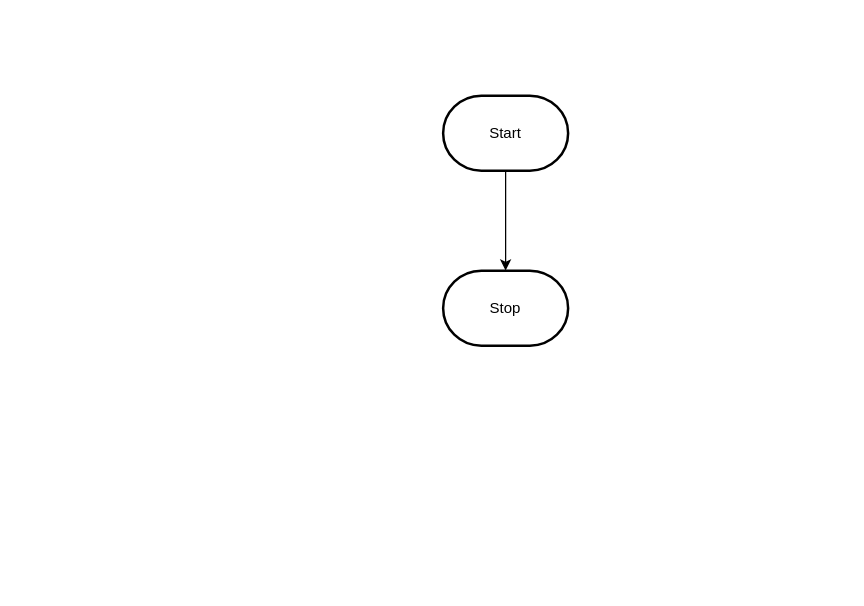
This is design/flowchart.drawio from MTHS-TEJ2O-1-2023/TEJ2O-Unit-2-07-Cedric-dehghan-nejad, a draw.io file, before an edit. Source tidied: cells renumbered, new cells numbered last; positions are measured from the earlier drawing's top-left corner, leaving out a move shared by most shapes. Both pictures are drawn from the tidied source at 125%, with x=0, y=0 at pixel (442, 95).
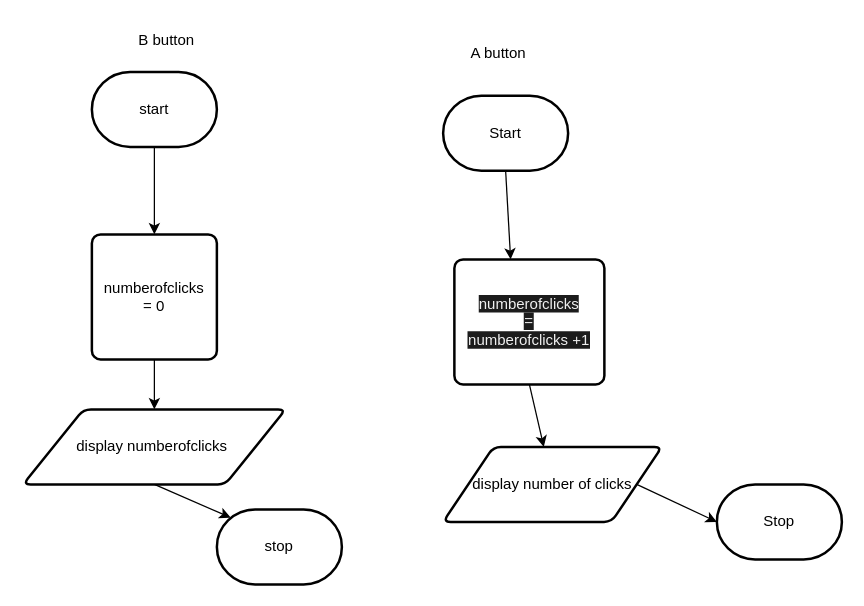
The same page after the edit.

Change to the diagram source:
```diff
@@
 <mxGraphModel>
   <root>
     <mxCell id="0" />
     <mxCell id="1" parent="0" />
-    <mxCell id="2" style="edgeStyle=orthogonalEdgeStyle;html=1;rounded=0;" parent="1" edge="1" source="3" target="4">
-      <mxGeometry relative="1" as="geometry" />
-    </mxCell>
+    <mxCell id="5" style="edgeStyle=none;html=1;exitX=0.5;exitY=1;exitDx=0;exitDy=0;exitPerimeter=0;entryX=0.5;entryY=0;entryDx=0;entryDy=0;entryPerimeter=0;" parent="1" edge="1" source="3">
+      <mxGeometry relative="1" as="geometry">
+        <mxPoint x="54" y="131" as="targetPoint" />
+      </mxGeometry>
+    </mxCell>
     <mxCell id="3" value="Start" style="strokeWidth=2;html=1;shape=mxgraph.flowchart.terminator;whiteSpace=wrap;" parent="1" vertex="1">
       <mxGeometry width="100" height="60" as="geometry" />
     </mxCell>
     <mxCell id="4" value="Stop" style="strokeWidth=2;html=1;shape=mxgraph.flowchart.terminator;whiteSpace=wrap;" parent="1" vertex="1">
-      <mxGeometry y="140" width="100" height="60" as="geometry" />
+      <mxGeometry x="219" y="311" width="100" height="60" as="geometry" />
     </mxCell>
+    <mxCell id="6" style="edgeStyle=none;html=1;exitX=0.5;exitY=1;exitDx=0;exitDy=0;" parent="1" edge="1" source="7" target="9">
+      <mxGeometry relative="1" as="geometry" />
+    </mxCell>
+    <mxCell id="7" value="&lt;span style=&quot;background-color: rgb(28, 28, 28);&quot;&gt;&lt;span style=&quot;color: rgb(240, 240, 240); font-family: Helvetica; font-size: 12px; font-style: normal; font-variant-ligatures: normal; font-variant-caps: normal; font-weight: 400; letter-spacing: normal; orphans: 2; text-align: center; text-indent: 0px; text-transform: none; widows: 2; word-spacing: 0px; -webkit-text-stroke-width: 0px; text-decoration-thickness: initial; text-decoration-style: initial; text-decoration-color: initial; float: none; display: inline !important;&quot;&gt;numberofclicks &lt;br&gt;=&lt;/span&gt;&lt;br style=&quot;border-color: rgb(0, 0, 0); color: rgb(240, 240, 240); font-family: Helvetica; font-size: 12px; font-style: normal; font-variant-ligatures: normal; font-variant-caps: normal; font-weight: 400; letter-spacing: normal; orphans: 2; text-align: center; text-indent: 0px; text-transform: none; widows: 2; word-spacing: 0px; -webkit-text-stroke-width: 0px; text-decoration-thickness: initial; text-decoration-style: initial; text-decoration-color: initial;&quot;&gt;&lt;span style=&quot;color: rgb(240, 240, 240); font-family: Helvetica; font-size: 12px; font-style: normal; font-variant-ligatures: normal; font-variant-caps: normal; font-weight: 400; letter-spacing: normal; orphans: 2; text-align: center; text-indent: 0px; text-transform: none; widows: 2; word-spacing: 0px; -webkit-text-stroke-width: 0px; text-decoration-thickness: initial; text-decoration-style: initial; text-decoration-color: initial; float: none; display: inline !important;&quot;&gt;numberofclicks +1&lt;/span&gt;&lt;/span&gt;" style="rounded=1;whiteSpace=wrap;html=1;absoluteArcSize=1;arcSize=14;strokeWidth=2;" parent="1" vertex="1">
+      <mxGeometry x="9" y="131" width="120" height="100" as="geometry" />
+    </mxCell>
+    <mxCell id="8" style="edgeStyle=none;html=1;exitX=1;exitY=0.5;exitDx=0;exitDy=0;entryX=0;entryY=0.5;entryDx=0;entryDy=0;entryPerimeter=0;" parent="1" edge="1" source="9" target="4">
+      <mxGeometry relative="1" as="geometry" />
+    </mxCell>
+    <mxCell id="9" value="display number of clicks" style="shape=parallelogram;html=1;strokeWidth=2;perimeter=parallelogramPerimeter;whiteSpace=wrap;rounded=1;arcSize=12;size=0.23;" parent="1" vertex="1">
+      <mxGeometry y="281" width="175" height="60" as="geometry" />
+    </mxCell>
+    <mxCell id="10" value="A button&lt;br&gt;" style="text;html=1;align=center;verticalAlign=middle;strokeColor=none;fillColor=none;" parent="1" vertex="1">
+      <mxGeometry x="9" y="-49" width="70" height="30" as="geometry" />
+    </mxCell>
+    <mxCell id="11" style="edgeStyle=none;html=1;exitX=0.5;exitY=1;exitDx=0;exitDy=0;exitPerimeter=0;" parent="1" edge="1" source="12" target="15">
+      <mxGeometry relative="1" as="geometry" />
+    </mxCell>
+    <mxCell id="12" value="start" style="strokeWidth=2;html=1;shape=mxgraph.flowchart.terminator;whiteSpace=wrap;" parent="1" vertex="1">
+      <mxGeometry x="-281" y="-19" width="100" height="60" as="geometry" />
+    </mxCell>
+    <mxCell id="13" value="B button" style="text;strokeColor=none;align=center;fillColor=none;html=1;verticalAlign=middle;whiteSpace=wrap;rounded=0;" parent="1" vertex="1">
+      <mxGeometry x="-251" y="-59" width="60" height="30" as="geometry" />
+    </mxCell>
+    <mxCell id="14" style="edgeStyle=none;html=1;exitX=0.5;exitY=1;exitDx=0;exitDy=0;entryX=0.5;entryY=0;entryDx=0;entryDy=0;" parent="1" edge="1" source="15" target="17">
+      <mxGeometry relative="1" as="geometry" />
+    </mxCell>
+    <mxCell id="15" value="numberofclicks &lt;br&gt;= 0&lt;br&gt;" style="rounded=1;whiteSpace=wrap;html=1;absoluteArcSize=1;arcSize=14;strokeWidth=2;" parent="1" vertex="1">
+      <mxGeometry x="-281" y="111" width="100" height="100" as="geometry" />
+    </mxCell>
+    <mxCell id="16" style="edgeStyle=none;html=1;exitX=0.5;exitY=1;exitDx=0;exitDy=0;entryX=0.11;entryY=0.11;entryDx=0;entryDy=0;entryPerimeter=0;" parent="1" edge="1" source="17" target="18">
+      <mxGeometry relative="1" as="geometry" />
+    </mxCell>
+    <mxCell id="17" value="display numberofclicks&amp;nbsp;" style="shape=parallelogram;html=1;strokeWidth=2;perimeter=parallelogramPerimeter;whiteSpace=wrap;rounded=1;arcSize=12;size=0.23;" parent="1" vertex="1">
+      <mxGeometry x="-336" y="251" width="210" height="60" as="geometry" />
+    </mxCell>
+    <mxCell id="18" value="stop" style="strokeWidth=2;html=1;shape=mxgraph.flowchart.terminator;whiteSpace=wrap;" parent="1" vertex="1">
+      <mxGeometry x="-181" y="331" width="100" height="60" as="geometry" />
+    </mxCell>
   </root>
 </mxGraphModel>
```
